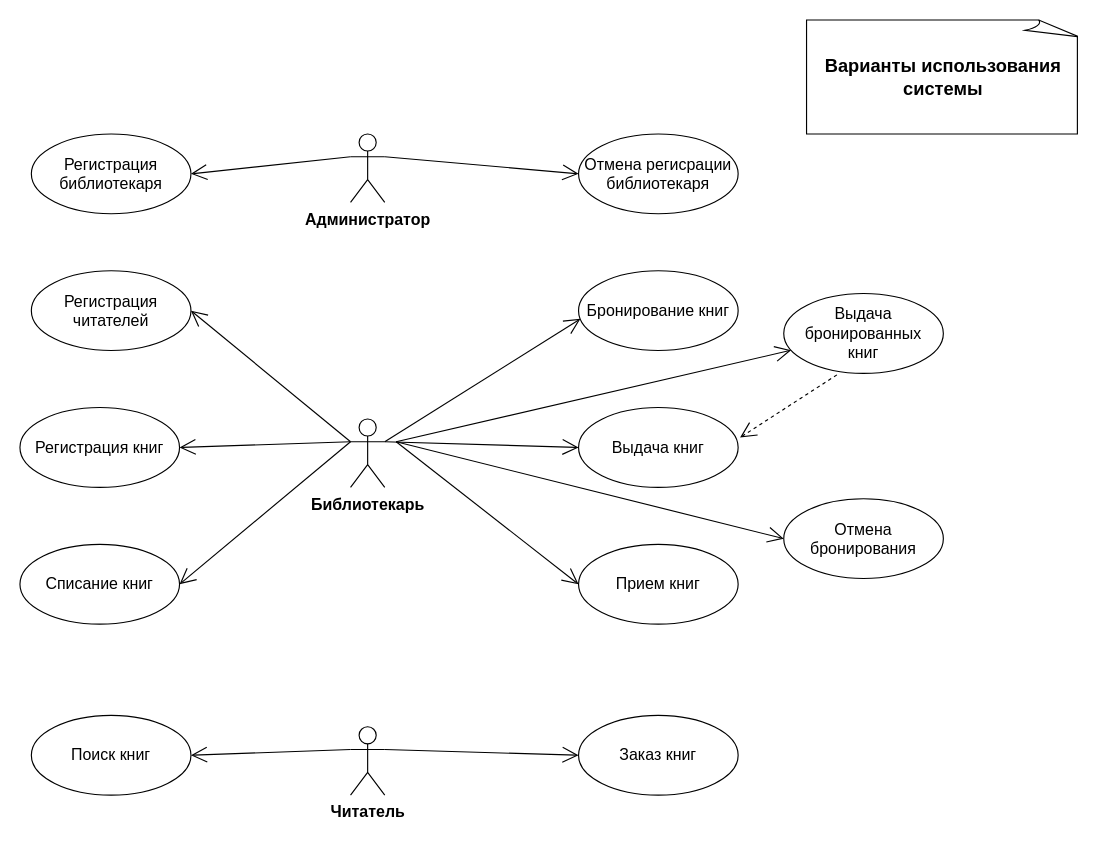
The draw.io diagram Документы/Диаграммы/ИспользованиеСистемы01.drawio in elaktionovtop/Library, before the edit. Source tidied: cells renumbered, new cells numbered last; positions are measured from the earlier drawing's top-left corner, leaving out a move shared by most shapes. Both pictures are drawn from the tidied source at 114%, with x=0, y=0 at pixel (19, 19).
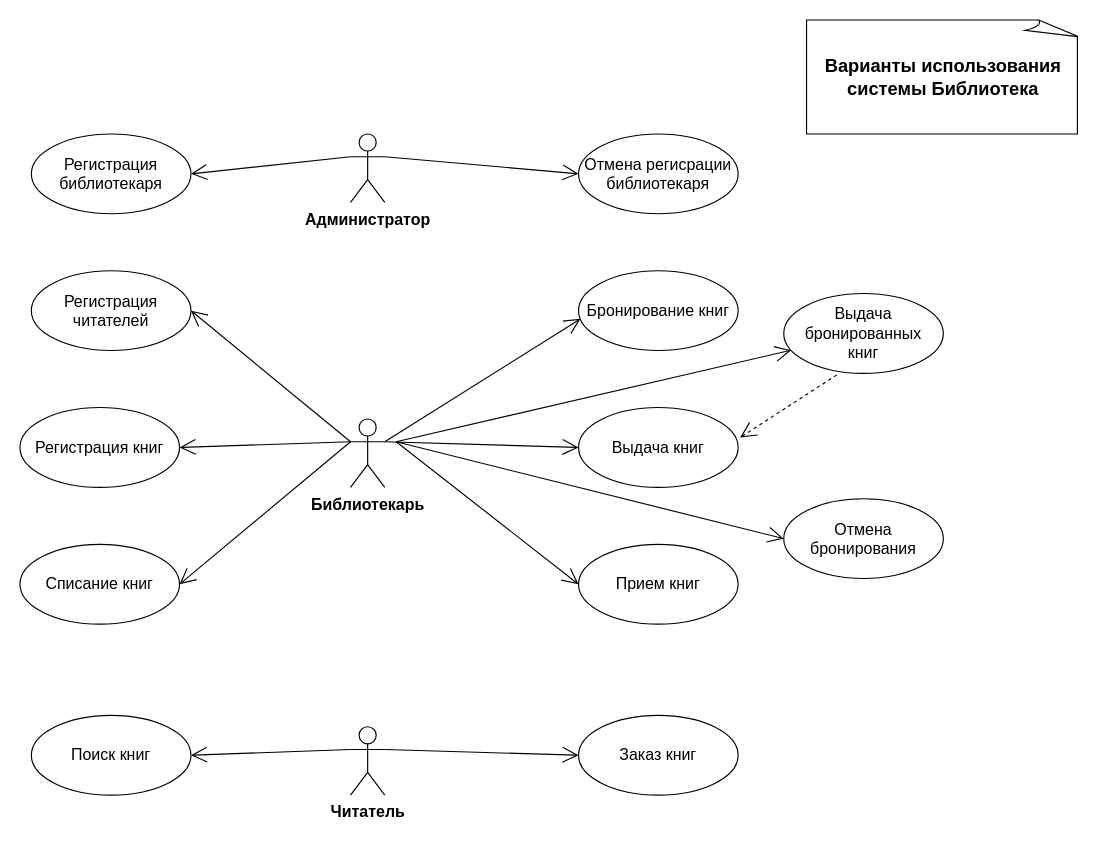
Above is the later version.

Commit message:
Изменение диагарммы вариантов

What changed in the source:
```diff
@@
-    <mxCell id="30" value="&lt;span&gt;Варианты использования системы&lt;/span&gt;" style="whiteSpace=wrap;html=1;shape=mxgraph.basic.document;fontSize=16;fontStyle=1;" parent="1" vertex="1">
+    <mxCell id="30" value="&lt;span&gt;Варианты использования системы Библиотека&lt;/span&gt;" style="whiteSpace=wrap;html=1;shape=mxgraph.basic.document;fontSize=16;fontStyle=1;" parent="1" vertex="1">
       <mxGeometry x="690" width="240" height="100" as="geometry" />
     </mxCell>
```
